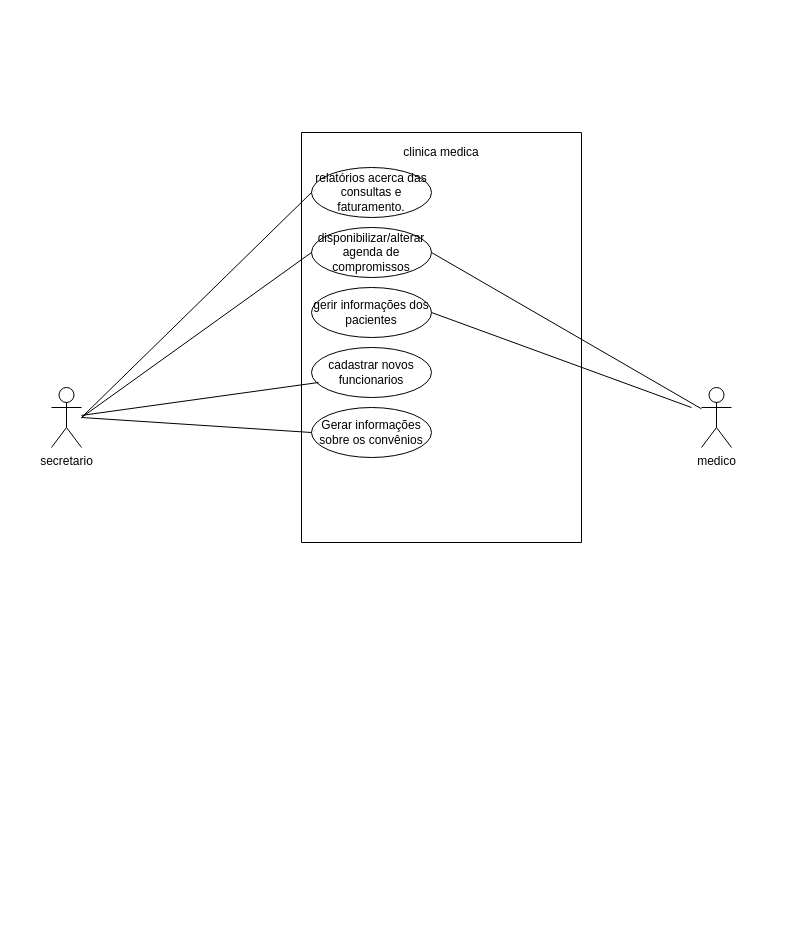
This is aulas de programação/Diagrama sem nome.drawio from mrlinbr/projetos-e-estudos, a draw.io file, before an edit. Source tidied: cells renumbered, new cells numbered last; positions are measured from the earlier drawing's top-left corner, leaving out a move shared by most shapes. Both pictures are drawn from the tidied source at 100%, with x=0, y=0 at pixel (51, 132).
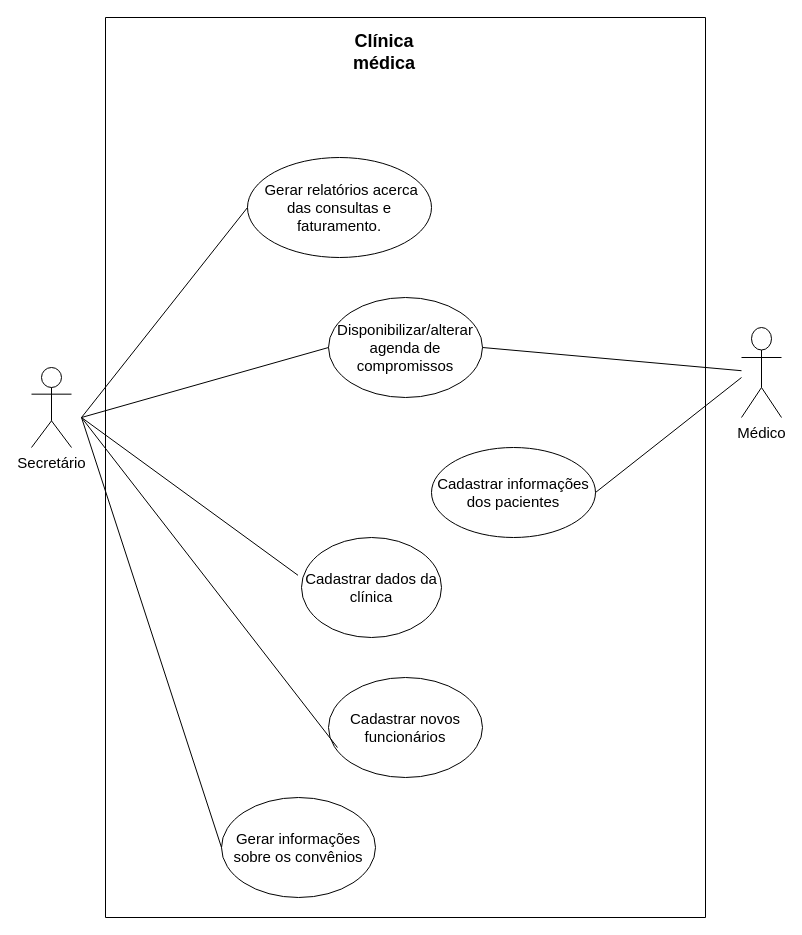
Above is the later version.

What changed in the source:
```diff
@@
     <mxCell id="2" style="swimlane;startSize=0;" parent="1" vertex="1">
-      <mxGeometry x="250" width="280" height="410" as="geometry" />
+      <mxGeometry x="54" y="-115" width="600" height="900" as="geometry" />
     </mxCell>
-    <mxCell id="3" value="cadastrar novos funcionarios" style="ellipse;whiteSpace=wrap;html=1;" parent="2" vertex="1">
-      <mxGeometry x="10" y="215" width="120" height="50" as="geometry" />
+    <mxCell id="3" value="&lt;font style=&quot;font-size: 15px;&quot;&gt;Cadastrar novos funcionários&lt;/font&gt;" style="ellipse;whiteSpace=wrap;html=1;" parent="2" vertex="1">
+      <mxGeometry x="223" y="660" width="154" height="100" as="geometry" />
     </mxCell>
-    <mxCell id="4" value="gerir informações dos pacientes" style="ellipse;whiteSpace=wrap;html=1;" parent="2" vertex="1">
-      <mxGeometry x="10" y="155" width="120" height="50" as="geometry" />
+    <mxCell id="4" value="&lt;font style=&quot;font-size: 15px;&quot;&gt;Cadastrar informações dos pacientes&lt;/font&gt;" style="ellipse;whiteSpace=wrap;html=1;" parent="2" vertex="1">
+      <mxGeometry x="326" y="430" width="164" height="90" as="geometry" />
     </mxCell>
-    <mxCell id="5" value="disponibilizar/alterar agenda de compromissos" style="ellipse;whiteSpace=wrap;html=1;" parent="2" vertex="1">
-      <mxGeometry x="10" y="95" width="120" height="50" as="geometry" />
+    <mxCell id="5" value="&lt;font style=&quot;font-size: 15px;&quot;&gt;Disponibilizar/alterar agenda de compromissos&lt;/font&gt;" style="ellipse;whiteSpace=wrap;html=1;" parent="2" vertex="1">
+      <mxGeometry x="223" y="280" width="154" height="100" as="geometry" />
     </mxCell>
-    <mxCell id="6" value="relatórios acerca das consultas e faturamento." style="ellipse;whiteSpace=wrap;html=1;" parent="2" vertex="1">
-      <mxGeometry x="10" y="35" width="120" height="50" as="geometry" />
+    <mxCell id="6" value="&lt;font style=&quot;font-size: 15px;&quot;&gt;&amp;nbsp;Gerar relatórios acerca das consultas e faturamento.&lt;/font&gt;" style="ellipse;whiteSpace=wrap;html=1;" parent="2" vertex="1">
+      <mxGeometry x="142" y="140" width="184" height="100" as="geometry" />
     </mxCell>
-    <mxCell id="7" value="clinica medica" style="text;html=1;strokeColor=none;fillColor=none;align=center;verticalAlign=middle;whiteSpace=wrap;rounded=0;" parent="2" vertex="1">
-      <mxGeometry x="97" y="5" width="86" height="30" as="geometry" />
+    <mxCell id="7" value="&lt;font size=&quot;1&quot; style=&quot;&quot;&gt;&lt;b style=&quot;font-size: 18px;&quot;&gt;Clínica médica&lt;/b&gt;&lt;/font&gt;" style="text;html=1;strokeColor=none;fillColor=none;align=center;verticalAlign=middle;whiteSpace=wrap;rounded=0;" parent="2" vertex="1">
+      <mxGeometry x="236" y="20" width="86" height="30" as="geometry" />
     </mxCell>
-    <mxCell id="8" value="Gerar informações sobre os convênios" style="ellipse;whiteSpace=wrap;html=1;" parent="2" vertex="1">
-      <mxGeometry x="10" y="275" width="120" height="50" as="geometry" />
+    <mxCell id="8" value="&lt;font style=&quot;font-size: 15px;&quot;&gt;Gerar informações sobre os convênios&lt;/font&gt;" style="ellipse;whiteSpace=wrap;html=1;" parent="2" vertex="1">
+      <mxGeometry x="116" y="780" width="154" height="100" as="geometry" />
     </mxCell>
+    <mxCell id="17" style="endArrow=none;html=1;rounded=0;entryX=-0.025;entryY=0.378;entryDx=0;entryDy=0;entryPerimeter=0;" parent="2" edge="1" target="18">
+      <mxGeometry relative="1" as="geometry">
+        <mxPoint x="-24" y="400" as="sourcePoint" />
+      </mxGeometry>
+    </mxCell>
+    <mxCell id="18" value="&lt;font style=&quot;font-size: 15px;&quot;&gt;Cadastrar dados da clínica&lt;/font&gt;" style="ellipse;whiteSpace=wrap;html=1;" parent="2" vertex="1">
+      <mxGeometry x="196" y="520" width="140" height="100" as="geometry" />
+    </mxCell>
-    <mxCell id="9" value="medico" style="shape=umlActor;verticalLabelPosition=bottom;verticalAlign=top;html=1;outlineConnect=0;" parent="1" vertex="1">
-      <mxGeometry x="650" y="255" width="30" height="60" as="geometry" />
+    <mxCell id="9" value="&lt;font style=&quot;font-size: 15px;&quot;&gt;Médico&lt;/font&gt;" style="shape=umlActor;verticalLabelPosition=bottom;verticalAlign=top;html=1;outlineConnect=0;" parent="1" vertex="1">
+      <mxGeometry x="690" y="195" width="40" height="90" as="geometry" />
     </mxCell>
-    <mxCell id="10" value="secretario" style="shape=umlActor;verticalLabelPosition=bottom;verticalAlign=top;html=1;outlineConnect=0;" parent="1" vertex="1">
-      <mxGeometry y="255" width="30" height="60" as="geometry" />
+    <mxCell id="10" value="&lt;font style=&quot;font-size: 15px;&quot;&gt;Secretário&lt;/font&gt;" style="shape=umlActor;verticalLabelPosition=bottom;verticalAlign=top;html=1;outlineConnect=0;" parent="1" vertex="1">
+      <mxGeometry x="-20" y="235" width="40" height="80" as="geometry" />
     </mxCell>
-    <mxCell id="11" style="endArrow=none;html=1;rounded=0;entryX=0.058;entryY=0.7;entryDx=0;entryDy=0;entryPerimeter=0;" parent="1" edge="1" source="10" target="3">
-      <mxGeometry relative="1" as="geometry" />
+    <mxCell id="11" style="endArrow=none;html=1;rounded=0;entryX=0.058;entryY=0.7;entryDx=0;entryDy=0;entryPerimeter=0;" parent="1" edge="1" target="3">
+      <mxGeometry relative="1" as="geometry">
+        <mxPoint x="30" y="285" as="sourcePoint" />
+      </mxGeometry>
     </mxCell>
@@
     <mxCell id="15" style="endArrow=none;html=1;rounded=0;entryX=1;entryY=0.5;entryDx=0;entryDy=0;" parent="1" edge="1" target="4">
       <mxGeometry relative="1" as="geometry">
-        <mxPoint x="640" y="275" as="sourcePoint" />
+        <mxPoint x="690" y="245" as="sourcePoint" />
       </mxGeometry>
     </mxCell>
```
